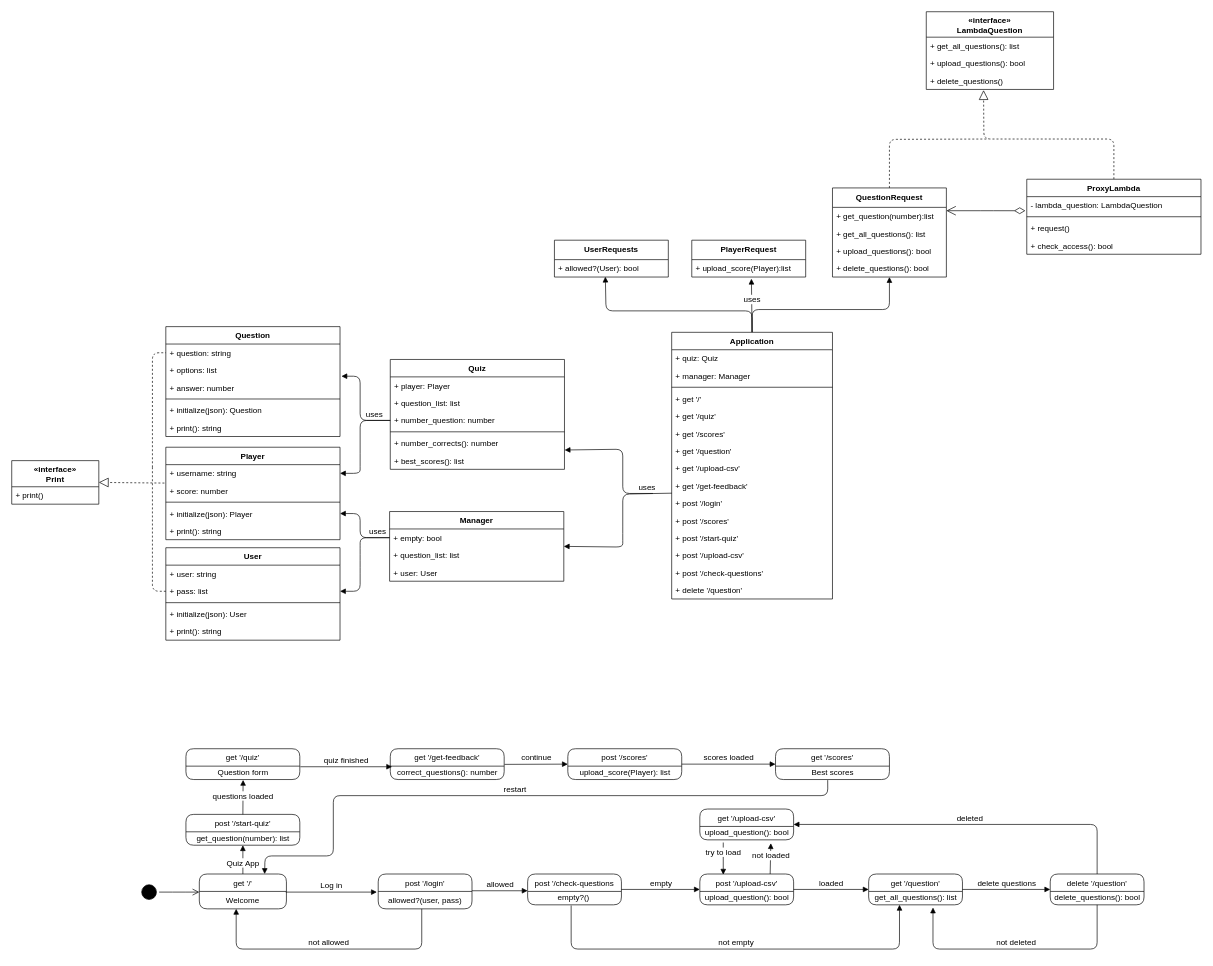
The draw.io diagram docs/logical-view.drawio in FelipeOsornio/QuizApp, before the edit. Source tidied: cells renumbered, new cells numbered last; positions are measured from the earlier drawing's top-left corner, leaving out a move shared by most shapes. Both pictures are drawn from the tidied source at 67%, with x=0, y=0 at pixel (11, 11).
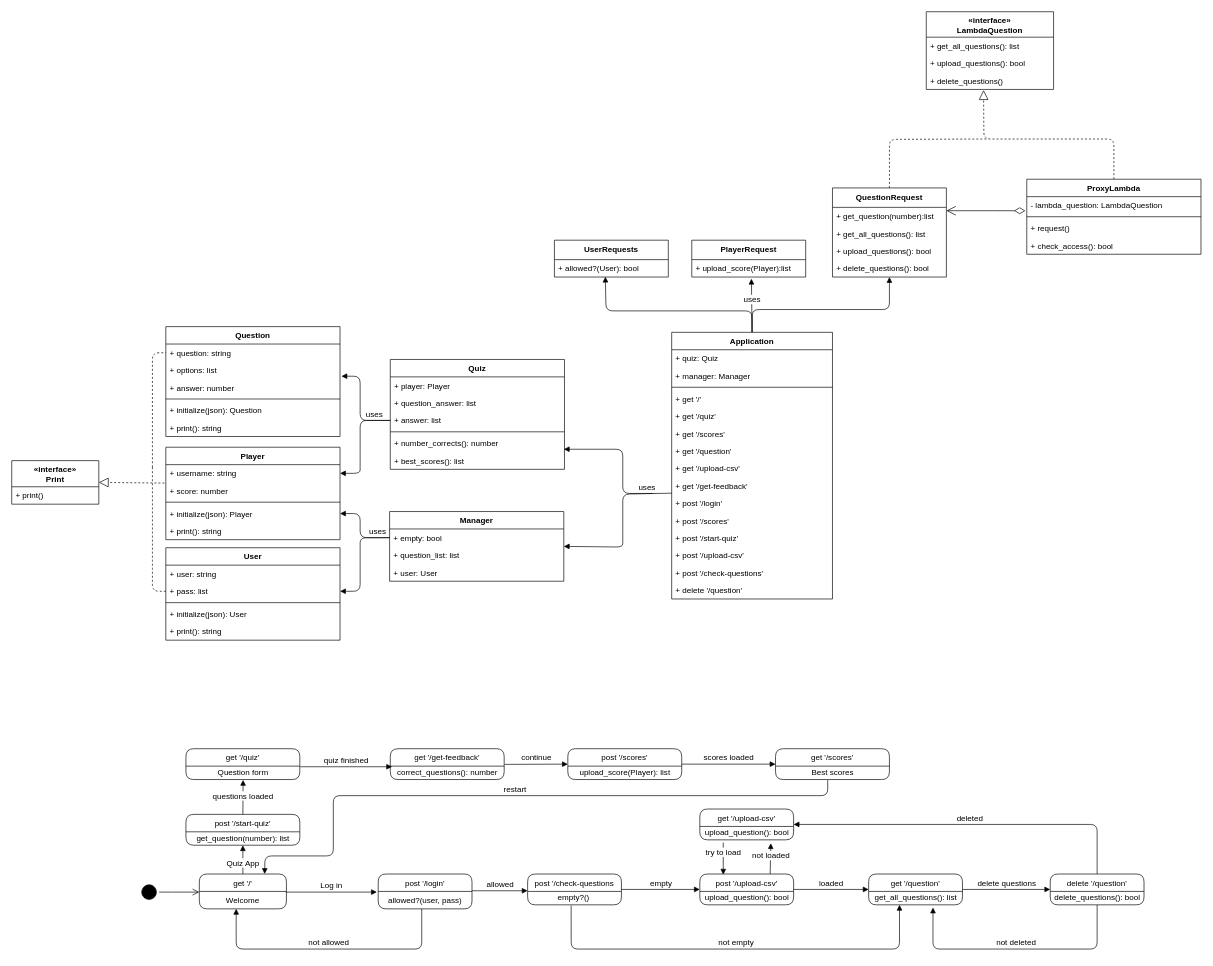
After the change.

The change refers to these unchanged cells:
```xml
<mxCell id="58" value="Quiz" style="swimlane;fontStyle=1;align=center;verticalAlign=top;horizontal=1;startSize=26;fontSize=12;" parent="1" vertex="1">
  <mxGeometry x="565" y="519" width="260" height="164" as="geometry" />
</mxCell>
<mxCell id="63" value="+ number_corrects(): number" style="text;strokeColor=none;fillColor=none;align=left;verticalAlign=top;spacingLeft=4;spacingRight=4;overflow=hidden;points=[[0,0.5],[1,0.5]];portConstraint=eastwest;" parent="58" vertex="1">
  <mxGeometry y="112" width="260" height="26" as="geometry" />
</mxCell>
```

Change to the diagram source:
```diff
@@
+    <mxCell id="126" value="+ question_answer: list" style="text;strokeColor=none;fillColor=none;align=left;verticalAlign=top;spacingLeft=4;spacingRight=4;overflow=hidden;" parent="58" vertex="1">
+      <mxGeometry y="52" width="260" height="26" as="geometry" />
+    </mxCell>
-    <mxCell id="60" value="+ question_list: list" style="text;strokeColor=none;fillColor=none;align=left;verticalAlign=top;spacingLeft=4;spacingRight=4;overflow=hidden;" parent="58" vertex="1">
-      <mxGeometry y="52" width="260" height="26" as="geometry" />
+    <mxCell id="60" value="+ answer: list" style="text;strokeColor=none;fillColor=none;align=left;verticalAlign=top;spacingLeft=4;spacingRight=4;overflow=hidden;" parent="58" vertex="1">
+      <mxGeometry y="78" width="260" height="26" as="geometry" />
     </mxCell>
-    <mxCell id="61" value="+ number_question: number" style="text;strokeColor=none;fillColor=none;align=left;verticalAlign=top;spacingLeft=4;spacingRight=4;overflow=hidden;" parent="58" vertex="1">
-      <mxGeometry y="78" width="260" height="26" as="geometry" />
-    </mxCell>
@@
-    <mxCell id="124" style="html=1;verticalAlign=bottom;endArrow=block;strokeColor=#000000;fontSize=12;exitX=0;exitY=0.5;exitDx=0;exitDy=0;entryX=1.001;entryY=0.89;entryDx=0;entryDy=0;entryPerimeter=0;" parent="1" edge="1" target="63">
+    <mxCell id="124" style="html=1;verticalAlign=bottom;endArrow=block;strokeColor=#000000;fontSize=12;exitX=0;exitY=0.5;exitDx=0;exitDy=0;entryX=0.996;entryY=1.154;entryDx=0;entryDy=0;entryPerimeter=0;" parent="1" edge="1">
       <mxGeometry relative="1" as="geometry">
         <mxPoint x="957" y="719" as="sourcePoint" />
+        <mxPoint x="824" y="653" as="targetPoint" />
         <Array as="points">
           <mxPoint x="912" y="719" />
           <mxPoint x="912" y="653" />
         </Array>
       </mxGeometry>
     </mxCell>
```
